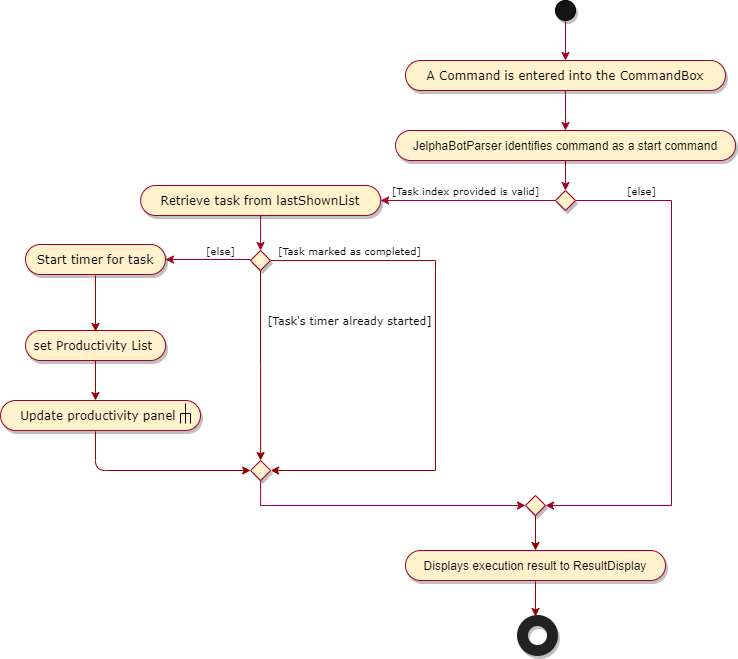
Before: images/StartActivityDiagram.png, a diagram exported from draw.io (AY1920S2-CS2103-F09-2/main). Source tidied: cells renumbered, new cells last; positions are measured from the earlier drawing's top-left corner, leaving out a move shared by most shapes. The source it was exported from:
```xml
<mxGraphModel>
  <root>
    <mxCell id="0" />
    <mxCell id="1" parent="0" />
    <mxCell id="2" style="edgeStyle=orthogonalEdgeStyle;rounded=0;jettySize=auto;html=1;startArrow=none;startFill=0;endArrow=classic;endFill=1;strokeColor=#A20025;" parent="1" edge="1" source="3" target="10">
      <mxGeometry relative="1" as="geometry" />
    </mxCell>
    <mxCell id="3" style="ellipse;whiteSpace=wrap;html=1;fillColor=#141414;shadow=1;" parent="1" vertex="1">
      <mxGeometry x="555" width="20" height="20" as="geometry" />
    </mxCell>
    <mxCell id="4" style="edgeStyle=orthogonalEdgeStyle;rounded=0;jettySize=auto;html=1;startArrow=none;startFill=0;endArrow=classic;endFill=1;strokeColor=#A20025;fontFamily=Verdana;" parent="1" edge="1" source="5" target="8">
      <mxGeometry relative="1" as="geometry" />
    </mxCell>
    <mxCell id="5" value="JelphaBotParser identifies command as a start command" style="whiteSpace=wrap;html=1;rounded=1;arcSize=50;align=center;verticalAlign=middle;strokeWidth=1;spacing=4;newEdgeStyle={&quot;edgeStyle&quot;:&quot;entityRelationEdgeStyle&quot;,&quot;startArrow&quot;:&quot;none&quot;,&quot;endArrow&quot;:&quot;none&quot;,&quot;segment&quot;:10,&quot;curved&quot;:1};shadow=1;fillColor=#fff2cc;strokeColor=#A20025;" parent="1" vertex="1">
      <mxGeometry x="395" y="130" width="340" height="30" as="geometry" />
    </mxCell>
    <mxCell id="6" style="edgeStyle=orthogonalEdgeStyle;rounded=0;jettySize=auto;html=1;startArrow=none;startFill=0;endArrow=classic;endFill=1;strokeColor=#A20025;fontFamily=Verdana;" parent="1" edge="1" source="8" target="12">
      <mxGeometry relative="1" as="geometry" />
    </mxCell>
    <mxCell id="7" style="edgeStyle=orthogonalEdgeStyle;rounded=0;jettySize=auto;html=1;exitX=1;exitY=0.5;exitDx=0;exitDy=0;startArrow=none;startFill=0;endArrow=classic;endFill=1;strokeColor=#A20025;fontFamily=Verdana;entryX=1;entryY=0.5;entryDx=0;entryDy=0;entryPerimeter=0;" parent="1" edge="1" source="8" target="27">
      <mxGeometry relative="1" as="geometry">
        <Array as="points">
          <mxPoint x="671" y="200" />
          <mxPoint x="671" y="505" />
        </Array>
      </mxGeometry>
    </mxCell>
    <mxCell id="8" style="rhombus;whiteSpace=wrap;html=1;shadow=1;strokeColor=#A20025;fillColor=#fff2cc;" parent="1" vertex="1">
      <mxGeometry x="555" y="190" width="20" height="20" as="geometry" />
    </mxCell>
    <mxCell id="9" style="edgeStyle=orthogonalEdgeStyle;rounded=0;jettySize=auto;html=1;startArrow=none;startFill=0;endArrow=classic;endFill=1;strokeColor=#A20025;" parent="1" edge="1" source="10" target="5">
      <mxGeometry relative="1" as="geometry" />
    </mxCell>
    <mxCell id="10" value="A Command is entered into the CommandBox" style="whiteSpace=wrap;rounded=1;arcSize=50;align=center;verticalAlign=middle;strokeWidth=1;spacing=4;newEdgeStyle={&quot;edgeStyle&quot;:&quot;entityRelationEdgeStyle&quot;,&quot;startArrow&quot;:&quot;none&quot;,&quot;endArrow&quot;:&quot;none&quot;,&quot;segment&quot;:10,&quot;curved&quot;:1};shadow=1;fillColor=#fff2cc;strokeColor=#A20025;horizontal=1;fontFamily=Verdana;" parent="1" vertex="1">
      <mxGeometry x="405" y="60" width="320" height="30" as="geometry" />
    </mxCell>
    <mxCell id="11" style="edgeStyle=orthogonalEdgeStyle;rounded=0;jettySize=auto;html=1;exitX=0.5;exitY=1;exitDx=0;exitDy=0;entryX=0.5;entryY=0;entryDx=0;entryDy=0;startArrow=none;startFill=0;endArrow=classic;endFill=1;strokeColor=#A20025;fontFamily=Verdana;" parent="1" edge="1" source="12" target="15">
      <mxGeometry relative="1" as="geometry" />
    </mxCell>
    <mxCell id="12" value="Retrieve task from lastShownList" style="whiteSpace=wrap;html=1;rounded=1;arcSize=50;align=center;verticalAlign=middle;strokeWidth=1;spacing=4;newEdgeStyle={&quot;edgeStyle&quot;:&quot;entityRelationEdgeStyle&quot;,&quot;startArrow&quot;:&quot;none&quot;,&quot;endArrow&quot;:&quot;none&quot;,&quot;segment&quot;:10,&quot;curved&quot;:1};shadow=1;fillColor=#fff2cc;strokeColor=#A20025;fontFamily=Verdana;" parent="1" vertex="1">
      <mxGeometry x="140.1" y="185" width="240" height="30" as="geometry" />
    </mxCell>
    <mxCell id="13" value="&lt;font style=&quot;font-size: 10px&quot;&gt;[Task index provided is valid]&lt;/font&gt;" style="text;html=1;align=center;verticalAlign=middle;fontFamily=Verdana;" parent="1" vertex="1">
      <mxGeometry x="385" y="180" width="160" height="20" as="geometry" />
    </mxCell>
    <mxCell id="14" style="edgeStyle=orthogonalEdgeStyle;rounded=0;jettySize=auto;html=1;strokeColor=#990000;entryX=1;entryY=0.5;entryDx=0;entryDy=0;" parent="1" edge="1" source="15" target="25">
      <mxGeometry relative="1" as="geometry">
        <Array as="points">
          <mxPoint x="435" y="260" />
          <mxPoint x="435" y="470" />
        </Array>
      </mxGeometry>
    </mxCell>
    <mxCell id="15" style="rhombus;whiteSpace=wrap;html=1;shadow=1;strokeColor=#A20025;fillColor=#fff2cc;" parent="1" vertex="1">
      <mxGeometry x="250" y="250" width="20" height="20" as="geometry" />
    </mxCell>
    <mxCell id="16" value="Displays execution result to ResultDisplay" style="whiteSpace=wrap;html=1;rounded=1;arcSize=50;align=center;verticalAlign=middle;strokeWidth=1;spacing=4;newEdgeStyle={&quot;edgeStyle&quot;:&quot;entityRelationEdgeStyle&quot;,&quot;startArrow&quot;:&quot;none&quot;,&quot;endArrow&quot;:&quot;none&quot;,&quot;segment&quot;:10,&quot;curved&quot;:1};shadow=1;fillColor=#fff2cc;strokeColor=#A20025;" parent="1" vertex="1">
      <mxGeometry x="405" y="550" width="260" height="30" as="geometry" />
    </mxCell>
    <mxCell id="17" style="html=1;verticalLabelPosition=bottom;labelBackgroundColor=#ffffff;verticalAlign=top;shadow=1;dashed=0;strokeWidth=11;shape=mxgraph.ios7.misc.circle;strokeColor=#222222;fillColor=none;fontFamily=Verdana;align=center;" parent="1" vertex="1">
      <mxGeometry x="522" y="620" width="30" height="30" as="geometry" />
    </mxCell>
    <mxCell id="18" value="&lt;font style=&quot;font-size: 10px&quot;&gt;[else]&lt;/font&gt;" style="text;html=1;align=center;verticalAlign=middle;fontFamily=Verdana;" parent="1" vertex="1">
      <mxGeometry x="621" y="180" width="40" height="20" as="geometry" />
    </mxCell>
    <mxCell id="19" value="&lt;font style=&quot;font-size: 10px&quot;&gt;[Task marked as completed]&lt;/font&gt;" style="text;html=1;align=center;verticalAlign=middle;fontFamily=Verdana;" parent="1" vertex="1">
      <mxGeometry x="269" y="240" width="160" height="20" as="geometry" />
    </mxCell>
    <mxCell id="20" style="edgeStyle=orthogonalEdgeStyle;rounded=0;jettySize=auto;html=1;startArrow=none;startFill=0;endArrow=classic;endFill=1;strokeColor=#A20025;fontFamily=Verdana;entryX=1;entryY=0.5;entryDx=0;entryDy=0;" parent="1" edge="1" target="24">
      <mxGeometry relative="1" as="geometry">
        <mxPoint x="250" y="259" as="sourcePoint" />
      </mxGeometry>
    </mxCell>
    <mxCell id="21" value="&lt;font style=&quot;font-size: 10px&quot;&gt;[else]&lt;/font&gt;" style="text;html=1;align=center;verticalAlign=middle;fontFamily=Verdana;" parent="1" vertex="1">
      <mxGeometry x="200" y="240" width="40" height="20" as="geometry" />
    </mxCell>
    <mxCell id="22" style="edgeStyle=orthogonalEdgeStyle;rounded=0;jettySize=auto;html=1;strokeColor=#990000;exitX=0.5;exitY=1;exitDx=0;exitDy=0;entryX=0.5;entryY=0;entryDx=0;entryDy=0;" parent="1" edge="1" source="15" target="25">
      <mxGeometry relative="1" as="geometry" />
    </mxCell>
    <mxCell id="23" value="&lt;font style=&quot;font-size: 11px&quot;&gt;[Task's timer already started]&lt;/font&gt;" style="text;html=1;align=center;verticalAlign=middle;fontFamily=Verdana;" parent="1" vertex="1">
      <mxGeometry x="259" y="310" width="180" height="20" as="geometry" />
    </mxCell>
    <mxCell id="24" value="Start timer for task" style="whiteSpace=wrap;html=1;rounded=1;arcSize=50;align=center;verticalAlign=middle;strokeWidth=1;spacing=4;newEdgeStyle={&quot;edgeStyle&quot;:&quot;entityRelationEdgeStyle&quot;,&quot;startArrow&quot;:&quot;none&quot;,&quot;endArrow&quot;:&quot;none&quot;,&quot;segment&quot;:10,&quot;curved&quot;:1};shadow=1;fillColor=#fff2cc;strokeColor=#A20025;fontFamily=Verdana;" parent="1" vertex="1">
      <mxGeometry x="25" y="244" width="140" height="30" as="geometry" />
    </mxCell>
    <mxCell id="25" style="rhombus;whiteSpace=wrap;html=1;shadow=1;strokeColor=#A20025;fillColor=#fff2cc;" parent="1" vertex="1">
      <mxGeometry x="250.1" y="460" width="20" height="20" as="geometry" />
    </mxCell>
    <mxCell id="26" style="edgeStyle=orthogonalEdgeStyle;rounded=0;jettySize=auto;html=1;startArrow=none;startFill=0;endArrow=classic;endFill=1;strokeColor=#A20025;fontFamily=Verdana;exitX=0.5;exitY=1;exitDx=0;exitDy=0;entryX=0;entryY=0.5;entryDx=0;entryDy=0;" parent="1" edge="1" source="25" target="27">
      <mxGeometry relative="1" as="geometry">
        <Array as="points">
          <mxPoint x="260" y="505" />
        </Array>
      </mxGeometry>
    </mxCell>
    <mxCell id="27" style="rhombus;whiteSpace=wrap;html=1;shadow=1;strokeColor=#A20025;fillColor=#fff2cc;" parent="1" vertex="1">
      <mxGeometry x="525" y="495" width="20" height="20" as="geometry" />
    </mxCell>
    <mxCell id="28" style="endArrow=classic;html=1;strokeColor=#990000;entryX=0.5;entryY=0;entryDx=0;entryDy=0;exitX=0.5;exitY=1;exitDx=0;exitDy=0;" parent="1" edge="1" source="27" target="16">
      <mxGeometry relative="1" as="geometry" />
    </mxCell>
    <mxCell id="29" style="endArrow=classic;html=1;strokeColor=#990000;exitX=0.5;exitY=1;exitDx=0;exitDy=0;entryX=0.5;entryY=0;entryDx=0;entryDy=0;" parent="1" edge="1">
      <mxGeometry relative="1" as="geometry">
        <mxPoint x="95" y="275" as="sourcePoint" />
        <mxPoint x="95" y="331" as="targetPoint" />
      </mxGeometry>
    </mxCell>
    <mxCell id="30" value="set Productivity List&amp;nbsp;&lt;span style=&quot;color: rgba(0 , 0 , 0 , 0) ; font-family: monospace ; font-size: 0px ; white-space: nowrap&quot;&gt;%3CmxGraphModel%3E%3Croot%3E%3CmxCell%20id%3D%220%22%2F%3E%3CmxCell%20id%3D%221%22%20parent%3D%220%22%2F%3E%3CmxCell%20id%3D%222%22%20value%3D%22%22%20style%3D%22endArrow%3Dnone%3Bhtml%3D1%3BstrokeColor%3D%23000000%3BexitX%3D0.5%3BexitY%3D0%3BexitDx%3D0%3BexitDy%3D0%3B%22%20edge%3D%221%22%20source%3D%223%22%20parent%3D%221%22%3E%3CmxGeometry%20width%3D%2250%22%20height%3D%2250%22%20relative%3D%221%22%20as%3D%22geometry%22%3E%3CmxPoint%20x%3D%22-350%22%20y%3D%22360%22%20as%3D%22sourcePoint%22%2F%3E%3CmxPoint%20x%3D%22-275%22%20y%3D%22340%22%20as%3D%22targetPoint%22%2F%3E%3C%2FmxGeometry%3E%3C%2FmxCell%3E%3CmxCell%20id%3D%223%22%20value%3D%22%22%20style%3D%22shape%3DpartialRectangle%3BwhiteSpace%3Dwrap%3Bhtml%3D1%3Bbottom%3D1%3Bright%3D1%3Bleft%3D1%3Btop%3D0%3BfillColor%3Dnone%3BroutingCenterX%3D-0.5%3Bdirection%3Dwest%3B%22%20vertex%3D%221%22%20parent%3D%221%22%3E%3CmxGeometry%20x%3D%22-280%22%20y%3D%22350%22%20width%3D%2210%22%20height%3D%2210%22%20as%3D%22geometry%22%2F%3E%3C%2FmxCell%3E%3CmxCell%20id%3D%224%22%20value%3D%22%22%20style%3D%22endArrow%3Dnone%3Bhtml%3D1%3BstrokeColor%3D%23990000%3B%22%20edge%3D%221%22%20target%3D%223%22%20parent%3D%221%22%3E%3CmxGeometry%20width%3D%2250%22%20height%3D%2250%22%20relative%3D%221%22%20as%3D%22geometry%22%3E%3CmxPoint%20x%3D%22-280%22%20y%3D%22360%22%20as%3D%22sourcePoint%22%2F%3E%3CmxPoint%20x%3D%22-280%22%20y%3D%22330%22%20as%3D%22targetPoint%22%2F%3E%3C%2FmxGeometry%3E%3C%2FmxCell%3E%3C%2Froot%3E%3C%2FmxGraphModel%3E&lt;/span&gt;" style="whiteSpace=wrap;html=1;rounded=1;arcSize=50;align=center;verticalAlign=middle;strokeWidth=1;spacing=4;newEdgeStyle={&quot;edgeStyle&quot;:&quot;entityRelationEdgeStyle&quot;,&quot;startArrow&quot;:&quot;none&quot;,&quot;endArrow&quot;:&quot;none&quot;,&quot;segment&quot;:10,&quot;curved&quot;:1};shadow=1;fillColor=#fff2cc;strokeColor=#A20025;fontFamily=Verdana;" parent="1" vertex="1">
      <mxGeometry x="25" y="330" width="140" height="30" as="geometry" />
    </mxCell>
    <mxCell id="31" value="Update productivity panel&amp;nbsp;" style="whiteSpace=wrap;html=1;rounded=1;arcSize=50;align=center;verticalAlign=middle;strokeWidth=1;spacing=4;newEdgeStyle={&quot;edgeStyle&quot;:&quot;entityRelationEdgeStyle&quot;,&quot;startArrow&quot;:&quot;none&quot;,&quot;endArrow&quot;:&quot;none&quot;,&quot;segment&quot;:10,&quot;curved&quot;:1};shadow=1;fillColor=#fff2cc;strokeColor=#A20025;fontFamily=Verdana;" parent="1" vertex="1">
      <mxGeometry y="400" width="200" height="30" as="geometry" />
    </mxCell>
    <mxCell id="32" style="endArrow=none;html=1;strokeColor=#990000;" parent="1" edge="1">
      <mxGeometry relative="1" as="geometry">
        <mxPoint x="180" y="433" as="sourcePoint" />
        <mxPoint x="180" y="433" as="targetPoint" />
      </mxGeometry>
    </mxCell>
    <mxCell id="33" style="endArrow=none;html=1;strokeColor=#000000;exitX=0.5;exitY=0;exitDx=0;exitDy=0;" parent="1" edge="1" source="34">
      <mxGeometry relative="1" as="geometry">
        <mxPoint x="185" y="403" as="targetPoint" />
      </mxGeometry>
    </mxCell>
    <mxCell id="34" style="shape=partialRectangle;whiteSpace=wrap;html=1;bottom=1;right=1;left=1;top=0;fillColor=none;routingCenterX=-0.5;direction=west;" parent="1" vertex="1">
      <mxGeometry x="180" y="413" width="10" height="10" as="geometry" />
    </mxCell>
    <mxCell id="35" style="endArrow=none;html=1;strokeColor=#990000;" parent="1" edge="1" target="34">
      <mxGeometry relative="1" as="geometry">
        <mxPoint x="180" y="423" as="sourcePoint" />
      </mxGeometry>
    </mxCell>
    <mxCell id="36" style="endArrow=classic;html=1;strokeColor=#990000;entryX=0;entryY=0.5;entryDx=0;entryDy=0;" parent="1" edge="1" target="25">
      <mxGeometry relative="1" as="geometry">
        <mxPoint x="95" y="431" as="sourcePoint" />
        <Array as="points">
          <mxPoint x="95" y="470" />
        </Array>
      </mxGeometry>
    </mxCell>
    <mxCell id="37" style="endArrow=classic;html=1;strokeColor=#990000;" parent="1" edge="1">
      <mxGeometry relative="1" as="geometry">
        <mxPoint x="95" y="360" as="sourcePoint" />
        <mxPoint x="95" y="400" as="targetPoint" />
      </mxGeometry>
    </mxCell>
    <mxCell id="38" style="endArrow=classic;html=1;strokeColor=#990000;entryX=0.5;entryY=0;entryDx=0;entryDy=0;exitX=0.5;exitY=1;exitDx=0;exitDy=0;" parent="1" edge="1">
      <mxGeometry relative="1" as="geometry">
        <mxPoint x="535" y="581" as="sourcePoint" />
        <mxPoint x="535" y="616" as="targetPoint" />
      </mxGeometry>
    </mxCell>
  </root>
</mxGraphModel>
```
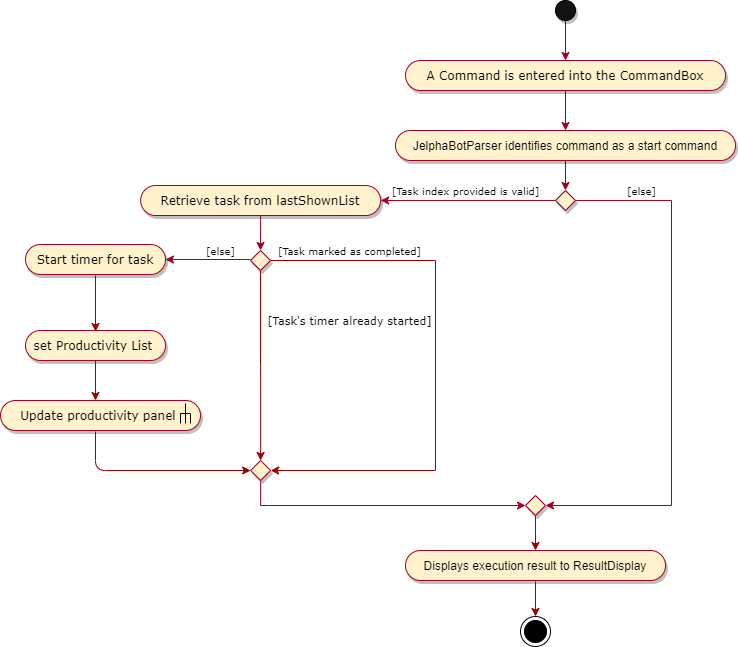
The same file after the commit.

Diff of the diagram source:
```diff
@@ -57,9 +57,6 @@
     <mxCell id="16" value="Displays execution result to ResultDisplay" style="whiteSpace=wrap;html=1;rounded=1;arcSize=50;align=center;verticalAlign=middle;strokeWidth=1;spacing=4;newEdgeStyle={&quot;edgeStyle&quot;:&quot;entityRelationEdgeStyle&quot;,&quot;startArrow&quot;:&quot;none&quot;,&quot;endArrow&quot;:&quot;none&quot;,&quot;segment&quot;:10,&quot;curved&quot;:1};shadow=1;fillColor=#fff2cc;strokeColor=#A20025;" parent="1" vertex="1">
       <mxGeometry x="405" y="550" width="260" height="30" as="geometry" />
     </mxCell>
-    <mxCell id="17" style="html=1;verticalLabelPosition=bottom;labelBackgroundColor=#ffffff;verticalAlign=top;shadow=1;dashed=0;strokeWidth=11;shape=mxgraph.ios7.misc.circle;strokeColor=#222222;fillColor=none;fontFamily=Verdana;align=center;" parent="1" vertex="1">
-      <mxGeometry x="522" y="620" width="30" height="30" as="geometry" />
-    </mxCell>
     <mxCell id="18" value="&lt;font style=&quot;font-size: 10px&quot;&gt;[else]&lt;/font&gt;" style="text;html=1;align=center;verticalAlign=middle;fontFamily=Verdana;" parent="1" vertex="1">
       <mxGeometry x="621" y="180" width="40" height="20" as="geometry" />
     </mxCell>
@@ -150,5 +147,8 @@
         <mxPoint x="535" y="616" as="targetPoint" />
       </mxGeometry>
     </mxCell>
+    <mxCell id="39" style="ellipse;html=1;shape=endState;fillColor=#000000;strokeColor=#000000;" parent="1" vertex="1">
+      <mxGeometry x="520" y="616" width="30" height="30" as="geometry" />
+    </mxCell>
   </root>
 </mxGraphModel>
```
